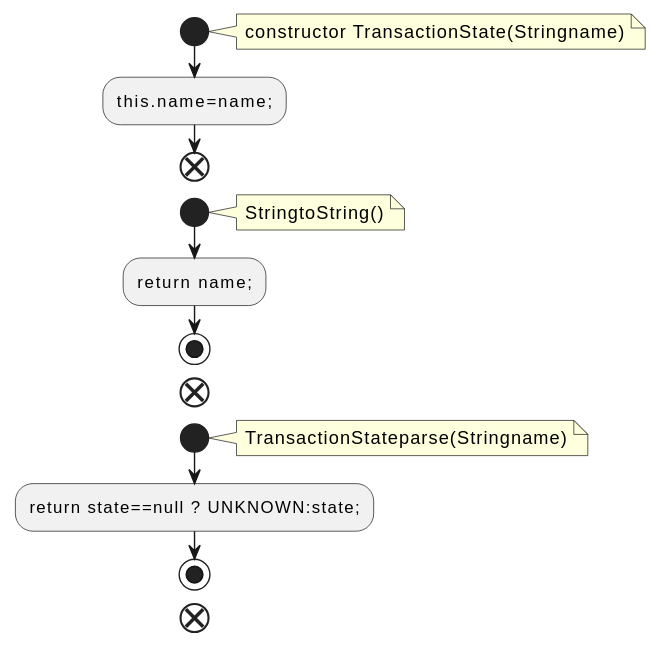
The PlantUML diagram docs/qc/clients/src/main/java/org/apache/kafka/clients/admin/TransactionState.java.fct.svg in qualitesys/kafka, before a commit.
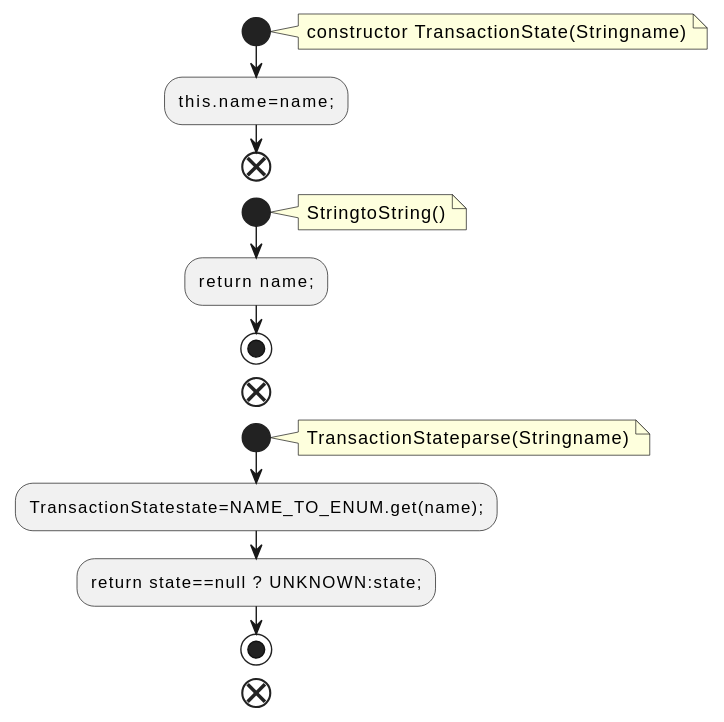
The same file after the commit.

What changed in the source:
```diff
@@ -17,6 +17,7 @@
 note right
 TransactionStateparse(Stringname)
 end note
+:TransactionStatestate=NAME_TO_ENUM.get(name);;
 :return state==null ? UNKNOWN:state;;
 stop
 end
```
